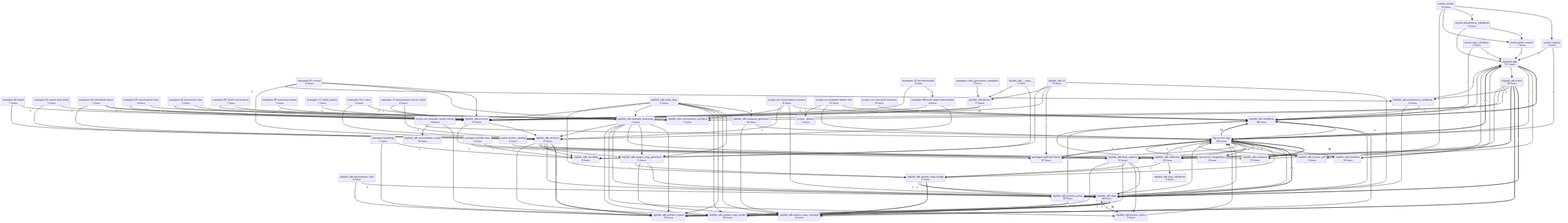
Earlier version of the Mermaid export project/compact_flow.png (semcod/nlp2dsl). Its source is kept beside it as project/compact_flow.mmd.
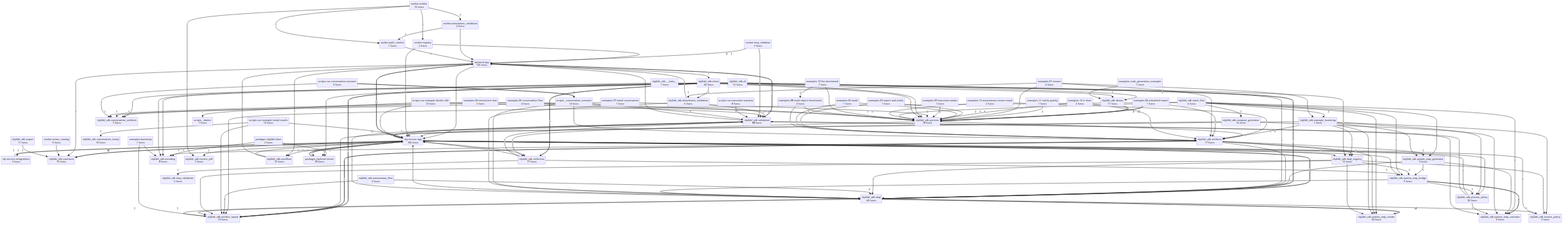
After the change.

The edit, as a diff of the source:
```diff
@@ -1,5 +1,5 @@
 flowchart TD
-    backend__app["backend.app<br/>113 funcs"]
+    backend__app["backend.app<br/>125 funcs"]
     examples__01_invoice["examples.01-invoice<br/>4 funcs"]
     examples__02_email["examples.02-email<br/>1 funcs"]
     examples__03_report_and_notify["examples.03-report-and-notify<br/>1 funcs"]
@@ -33,23 +33,25 @@
     nlp2dsl_sdk__doql_registry["nlp2dsl_sdk.doql_registry<br/>12 funcs"]
     nlp2dsl_sdk__encoding["nlp2dsl_sdk.encoding<br/>8 funcs"]
     nlp2dsl_sdk__example_bootstrap["nlp2dsl_sdk.example_bootstrap<br/>1 funcs"]
+    nlp2dsl_sdk__export["nlp2dsl_sdk.export<br/>11 funcs"]
     nlp2dsl_sdk__invoice_pdf["nlp2dsl_sdk.invoice_pdf<br/>3 funcs"]
     nlp2dsl_sdk__invoice_policy["nlp2dsl_sdk.invoice_policy<br/>3 funcs"]
-    nlp2dsl_sdk__preview["nlp2dsl_sdk.preview<br/>13 funcs"]
+    nlp2dsl_sdk__preview["nlp2dsl_sdk.preview<br/>18 funcs"]
     nlp2dsl_sdk__process_policy["nlp2dsl_sdk.process_policy<br/>20 funcs"]
-    nlp2dsl_sdk__reflection["nlp2dsl_sdk.reflection<br/>12 funcs"]
+    nlp2dsl_sdk__reflection["nlp2dsl_sdk.reflection<br/>17 funcs"]
     nlp2dsl_sdk__stack_flow["nlp2dsl_sdk.stack_flow<br/>6 funcs"]
     nlp2dsl_sdk__step_validation["nlp2dsl_sdk.step_validation<br/>2 funcs"]
     nlp2dsl_sdk__system_map_bridge["nlp2dsl_sdk.system_map_bridge<br/>5 funcs"]
     nlp2dsl_sdk__system_map_generator["nlp2dsl_sdk.system_map_generator<br/>5 funcs"]
     nlp2dsl_sdk__system_map_render["nlp2dsl_sdk.system_map_render<br/>26 funcs"]
     nlp2dsl_sdk__system_map_runtimes["nlp2dsl_sdk.system_map_runtimes<br/>4 funcs"]
-    nlp2dsl_sdk__validation["nlp2dsl_sdk.validation<br/>85 funcs"]
+    nlp2dsl_sdk__validation["nlp2dsl_sdk.validation<br/>88 funcs"]
     nlp2dsl_sdk__workflow["nlp2dsl_sdk.workflow<br/>12 funcs"]
-    packages__nlp2cmd_intent["packages.nlp2cmd-intent<br/>57 funcs"]
+    packages__nlp2cmd_intent["packages.nlp2cmd-intent<br/>78 funcs"]
     packages__nlp2dsl_show["packages.nlp2dsl-show<br/>3 funcs"]
+    scripts___conversation_scenario["scripts._conversation_scenario<br/>14 funcs"]
     scripts___dotenv["scripts._dotenv<br/>1 funcs"]
-    scripts__run_conversation_scenario["scripts.run-conversation-scenario<br/>8 funcs"]
+    scripts__run_conversation_scenario["scripts.run-conversation-scenario<br/>2 funcs"]
     scripts__run_example_docker_e2e["scripts.run-example-docker-e2e<br/>12 funcs"]
     scripts__run_example_testql_results["scripts.run-example-testql-results<br/>14 funcs"]
     scripts__run_execution_scenario["scripts.run-execution-scenario<br/>8 funcs"]
@@ -65,8 +67,9 @@
     nlp_service__app ==>|11| backend__app
     nlp_service__app ==>|11| nlp2dsl_sdk__validation
     nlp2dsl_sdk__demos ==>|10| nlp2dsl_sdk__preview
+    scripts__run_conversation_scenario ==>|8| scripts___conversation_scenario
+    packages__nlp2cmd_intent ==>|7| nlp_service__app
     nlp2dsl_sdk__client ==>|7| nlp2dsl_sdk__doql
-    packages__nlp2cmd_intent ==>|5| nlp_service__app
     nlp2dsl_sdk__client ==>|5| nlp2dsl_sdk__artifact_layout
     backend__app ==>|4| nlp2dsl_sdk__validation
     nlp2dsl_sdk__artifacts ==>|4| nlp2dsl_sdk__artifact_layout
@@ -78,16 +81,16 @@
     nlp2dsl_sdk__client -->|3| nlp2dsl_sdk__attachment_validation
     nlp2dsl_sdk__attachment_validation -->|3| nlp2dsl_sdk__validation
     nlp2dsl_sdk__stack_flow -->|3| nlp2dsl_sdk__compose_generator
-    nlp2dsl_sdk__preview -->|3| nlp2dsl_sdk__artifacts
     examples__11_notify_quality -->|3| nlp2dsl_sdk__preview
     examples__01_invoice -->|3| nlp2dsl_sdk__preview
     examples__12_ir_show -->|3| nlp2dsl_sdk__preview
     examples__03_report_and_notify -->|3| nlp2dsl_sdk__preview
     examples__02_email -->|3| nlp2dsl_sdk__preview
+    nlp_service__app -->|3| nlp2dsl_sdk__workflow
     nlp_service__app -->|3| nlp2dsl_sdk__process_policy
     worker__step_validator -->|3| backend__app
     scripts__run_example_docker_e2e -->|3| nlp2dsl_sdk__validation
-    nlp_service__app -->|3| nlp2dsl_sdk__workflow
+    nlp2dsl_sdk__preview -->|3| nlp2dsl_sdk__artifacts
     nlp2dsl_sdk__system_map_generator -->|2| nlp2dsl_sdk__doql
     nlp2dsl_sdk__artifacts -->|2| nlp2dsl_sdk__doql
     nlp2dsl_sdk__cli -->|2| nlp2dsl_sdk__doql
@@ -111,8 +114,8 @@
     worker__worker -->|2| worker__registry
     scripts__run_execution_scenario -->|2| nlp2dsl_sdk__validation
     scripts__run_example_testql_results -->|2| nlp2dsl_sdk__artifact_layout
-    scripts__run_conversation_scenario -->|2| nlp2dsl_sdk__validation
-    scripts__run_conversation_scenario -->|2| nlp2dsl_sdk__doql
+    scripts___conversation_scenario -->|2| nlp2dsl_sdk__validation
+    scripts___conversation_scenario -->|2| nlp2dsl_sdk__doql
     backend__app -->|1| nlp2dsl_sdk__client
     packages__nlp2dsl_show -->|1| nlp2dsl_sdk__encoding
     packages__nlp2dsl_show -->|1| packages__nlp2cmd_intent
@@ -144,20 +147,16 @@
     nlp2dsl_sdk__attachment_validation -->|1| nlp2dsl_sdk__doql
     nlp2dsl_sdk__system_map_bridge -->|1| nlp2dsl_sdk__process_policy
     nlp2dsl_sdk__system_map_bridge -->|1| nlp2dsl_sdk__doql
-    nlp2dsl_sdk__reflection -->|1| nlp2dsl_sdk__validation
-    nlp2dsl_sdk__reflection -->|1| nlp_service__app
-    nlp2dsl_sdk__reflection -->|1| nlp2dsl_sdk__step_validation
-    nlp2dsl_sdk__reflection -->|1| nlp2dsl_sdk__system_map_bridge
     nlp2dsl_sdk__stack_flow -->|1| nlp2dsl_sdk__example_bootstrap
     nlp2dsl_sdk__stack_flow -->|1| nlp2dsl_sdk__preview
     nlp2dsl_sdk__stack_flow -->|1| nlp2dsl_sdk__system_map_bridge
     nlp2dsl_sdk__compose_generator -->|1| nlp_service__app
     nlp2dsl_sdk__compose_generator -->|1| nlp2dsl_sdk__system_map_runtimes
-    nlp2dsl_sdk__preview -->|1| nlp2dsl_sdk__reflection
     nlp2dsl_sdk__process_policy -->|1| nlp2dsl_sdk__validation
     nlp2dsl_sdk__process_policy -->|1| nlp2dsl_sdk__system_map_runtimes
     nlp2dsl_sdk__artifact_layout -->|1| nlp2dsl_sdk__doql
-    nlp2dsl_sdk__validation -->|1| nlp2dsl_sdk__system_map_runtimes
+    nlp2dsl_sdk__workflow -->|1| backend__app
+    nlp2dsl_sdk__workflow -->|1| nlp_service__app
     nlp2dsl_sdk__validation -->|1| backend__app
     nlp2dsl_sdk__doql -->|1| nlp2dsl_sdk__artifact_layout
     nlp2dsl_sdk__doql -->|1| nlp_service__app
@@ -202,8 +201,13 @@
     scripts__run_example_testql_results -->|1| nlp_service__app
     scripts__run_example_docker_e2e -->|1| nlp_service__app
     scripts__run_example_docker_e2e -->|1| scripts___dotenv
+    backend__app -->|1| nlp2dsl_sdk__workflow
+    nlp2dsl_sdk__reflection -->|1| nlp2dsl_sdk__validation
+    nlp2dsl_sdk__reflection -->|1| nlp_service__app
+    nlp2dsl_sdk__reflection -->|1| nlp2dsl_sdk__step_validation
+    nlp2dsl_sdk__reflection -->|1| nlp2dsl_sdk__system_map_bridge
+    nlp2dsl_sdk__preview -->|1| nlp2dsl_sdk__reflection
+    nlp2dsl_sdk__export -->|1| nlp2dsl_sdk__contracts
+    nlp2dsl_sdk__validation -->|1| nlp2dsl_sdk__system_map_runtimes
+    scripts___conversation_scenario -->|1| nlp2dsl_sdk__artifacts
     scripts__run_conversation_scenario -->|1| nlp2dsl_sdk__conversation_artifacts
-    scripts__run_conversation_scenario -->|1| nlp2dsl_sdk__artifacts
-    backend__app -->|1| nlp2dsl_sdk__workflow
-    nlp2dsl_sdk__workflow -->|1| backend__app
-    nlp2dsl_sdk__workflow -->|1| nlp_service__app
```
